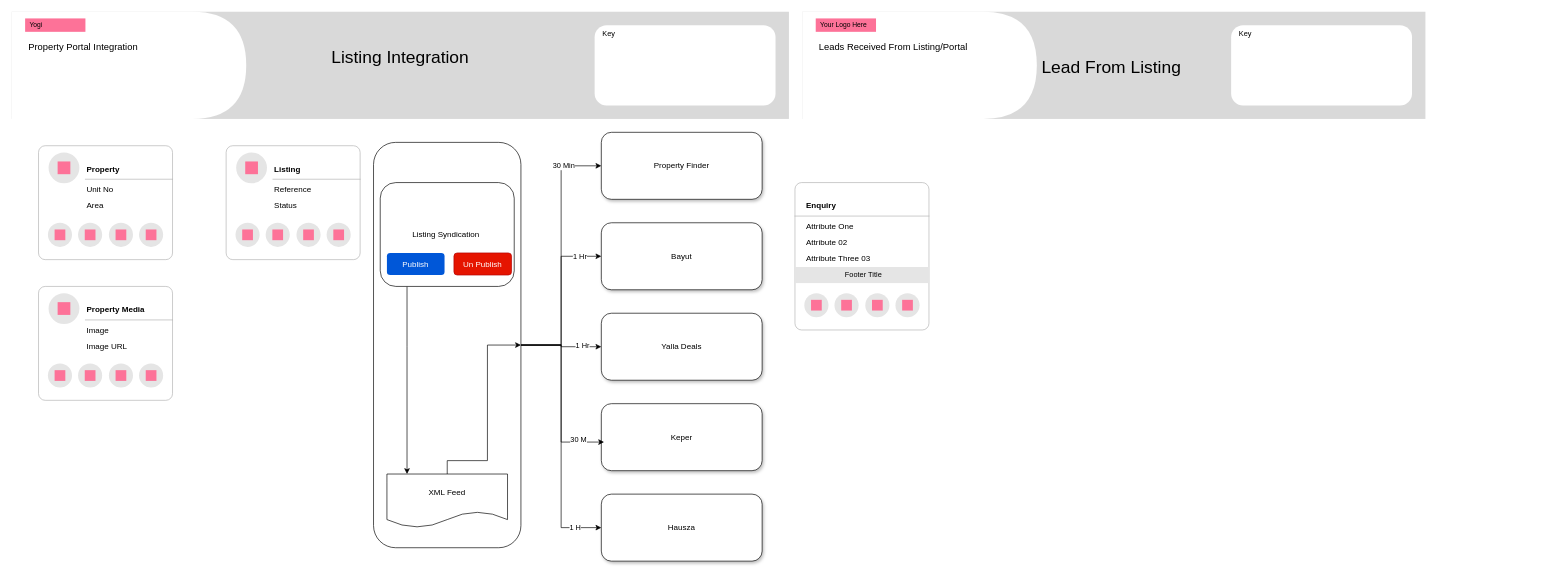
Before: page "Listing Portal Integration" (12 of 21) of Real Estate Business.drawio in ybbhosale2023/Propertybase, a draw.io diagram. Source tidied: cells renumbered, new cells numbered last; positions are measured from the earlier drawing's top-left corner, leaving out a move shared by most shapes. Both pictures are drawn from the tidied source at 67%, with x=0, y=0 at pixel (11, 11).
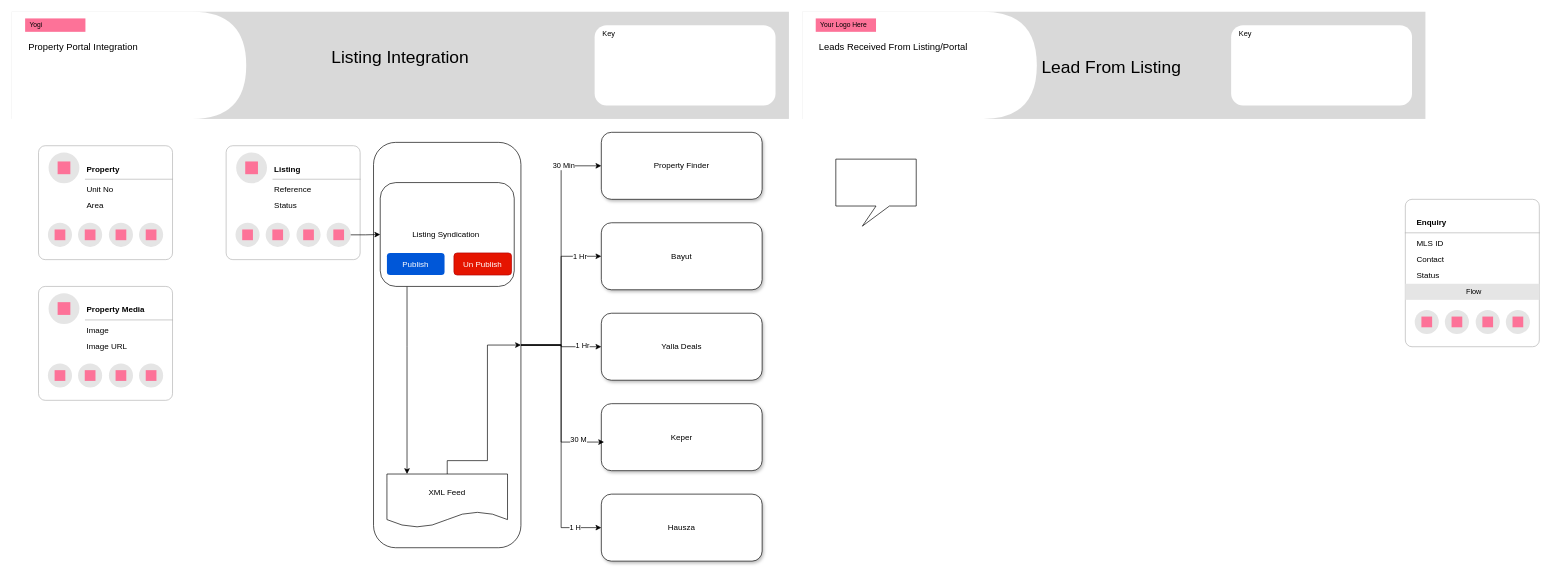
After the change.

Unchanged cells that the change refers to:
```xml
<mxCell id="35" style="ellipse;whiteSpace=wrap;html=1;strokeColor=none;fillColor=#e5e5e5;" parent="23" vertex="1">
  <mxGeometry x="0.5" y="1" width="36" height="36" relative="1" as="geometry">
    <mxPoint x="50" y="-55" as="offset" />
  </mxGeometry>
</mxCell>
<mxCell id="87" value="Listing Syndication&amp;nbsp;" style="rounded=1;whiteSpace=wrap;html=1;" parent="1" vertex="1">
  <mxGeometry x="550" y="255" width="200" height="155" as="geometry" />
</mxCell>
```

Diff of the diagram source:
```diff
@@
     <mxCell id="70" style="rounded=1;whiteSpace=wrap;html=1;strokeColor=#B3B3B3;arcSize=20;absoluteArcSize=1;" parent="1" vertex="1">
-      <mxGeometry x="1169" y="255" width="200" height="220" as="geometry" />
+      <mxGeometry x="2080" y="280" width="200" height="220" as="geometry" />
     </mxCell>
@@
-    <mxCell id="72" value="Attribute One" style="text;html=1;strokeColor=none;fillColor=none;align=left;verticalAlign=middle;whiteSpace=wrap;rounded=0;spacingLeft=15;" parent="70" vertex="1">
+    <mxCell id="72" value="MLS ID" style="text;html=1;strokeColor=none;fillColor=none;align=left;verticalAlign=middle;whiteSpace=wrap;rounded=0;spacingLeft=15;" parent="70" vertex="1">
       <mxGeometry width="200" height="24" relative="1" as="geometry">
         <mxPoint y="54" as="offset" />
       </mxGeometry>
     </mxCell>
-    <mxCell id="73" value="Attribute 02" style="text;html=1;strokeColor=none;fillColor=none;align=left;verticalAlign=middle;whiteSpace=wrap;rounded=0;spacingLeft=15;" parent="70" vertex="1">
+    <mxCell id="73" value="Contact" style="text;html=1;strokeColor=none;fillColor=none;align=left;verticalAlign=middle;whiteSpace=wrap;rounded=0;spacingLeft=15;" parent="70" vertex="1">
       <mxGeometry width="200" height="24" relative="1" as="geometry">
         <mxPoint y="78" as="offset" />
       </mxGeometry>
     </mxCell>
-    <mxCell id="74" value="Attribute Three 03" style="text;html=1;strokeColor=none;fillColor=none;align=left;verticalAlign=middle;whiteSpace=wrap;rounded=0;spacingLeft=15;" parent="70" vertex="1">
+    <mxCell id="74" value="Status" style="text;html=1;strokeColor=none;fillColor=none;align=left;verticalAlign=middle;whiteSpace=wrap;rounded=0;spacingLeft=15;" parent="70" vertex="1">
       <mxGeometry width="200" height="24" relative="1" as="geometry">
         <mxPoint y="102" as="offset" />
       </mxGeometry>
     </mxCell>
-    <mxCell id="75" value="Footer Title" style="text;html=1;strokeColor=none;fillColor=#e5e5e5;align=center;verticalAlign=middle;whiteSpace=wrap;rounded=0;fontSize=11;spacingLeft=5;" parent="70" vertex="1">
+    <mxCell id="75" value="Flow" style="text;html=1;strokeColor=none;fillColor=#e5e5e5;align=center;verticalAlign=middle;whiteSpace=wrap;rounded=0;fontSize=11;spacingLeft=5;" parent="70" vertex="1">
       <mxGeometry width="200" height="24" relative="1" as="geometry">
         <mxPoint y="126" as="offset" />
       </mxGeometry>
     </mxCell>
@@
+    <mxCell id="90" style="shape=callout;whiteSpace=wrap;html=1;perimeter=calloutPerimeter;position2=0.33;" parent="1" vertex="1">
+      <mxGeometry x="1230" y="220" width="120" height="100" as="geometry" />
+    </mxCell>
+    <mxCell id="91" style="edgeStyle=orthogonalEdgeStyle;rounded=0;jettySize=auto;html=1;" parent="1" edge="1" source="35" target="87">
+      <mxGeometry relative="1" as="geometry" />
+    </mxCell>
```
